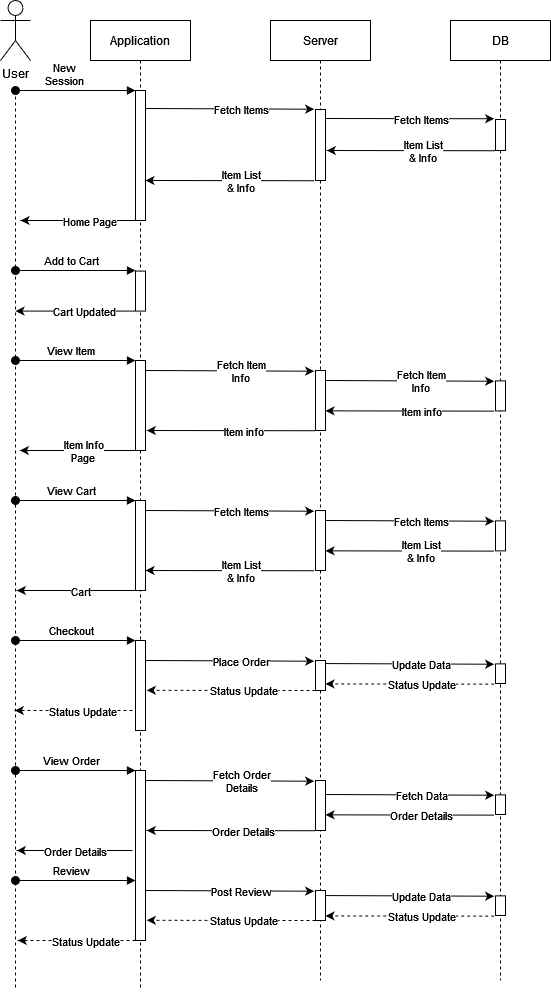
The draw.io diagram assets/sequence user.png in ashawe/Restaurant-Ordering-System, before a commit. Source tidied: cells renumbered, new cells last; positions are measured from the earlier drawing's top-left corner, leaving out a move shared by most shapes.
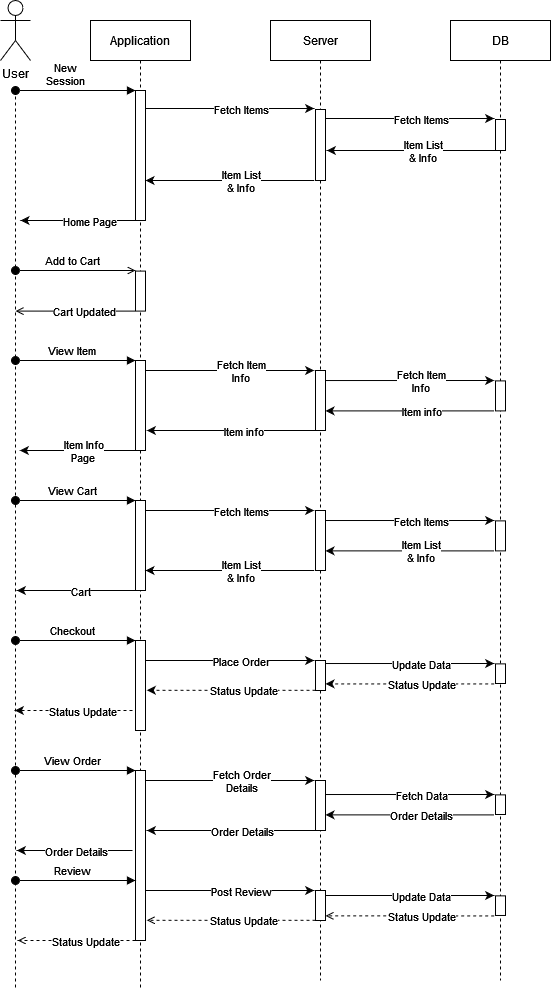
After the change.

What changed in the source:
```diff
@@ -8,7 +8,7 @@
     <mxCell id="3" style="points=[];perimeter=orthogonalPerimeter;rounded=0;shadow=0;strokeWidth=1;" parent="2" vertex="1">
       <mxGeometry x="45" y="70" width="10" height="130" as="geometry" />
     </mxCell>
-    <mxCell id="4" value="Add to Cart" style="verticalAlign=bottom;startArrow=oval;endArrow=block;startSize=8;shadow=0;strokeWidth=1;exitX=0;exitY=0.5;exitDx=0;exitDy=0;exitPerimeter=0;" parent="2" edge="1">
+    <mxCell id="4" value="Add to Cart" style="verticalAlign=bottom;startArrow=oval;endArrow=open;startSize=8;shadow=0;strokeWidth=1;exitX=0;exitY=0.5;exitDx=0;exitDy=0;exitPerimeter=0;endFill=0;" parent="2" edge="1">
       <mxGeometry x="-0.05" relative="1" as="geometry">
         <mxPoint x="-75" y="250" as="sourcePoint" />
         <mxPoint x="45" y="250" as="targetPoint" />
@@ -17,7 +17,7 @@
     <mxCell id="5" style="perimeter=orthogonalPerimeter;rounded=0;shadow=0;strokeWidth=1;" parent="2" vertex="1">
       <mxGeometry x="45" y="250.6" width="10" height="40" as="geometry" />
     </mxCell>
-    <mxCell id="6" style="edgeStyle=orthogonalEdgeStyle;rounded=0;orthogonalLoop=1;jettySize=auto;html=1;startArrow=none;startFill=0;endArrow=classic;endFill=1;" parent="2" edge="1">
+    <mxCell id="6" style="edgeStyle=orthogonalEdgeStyle;rounded=0;orthogonalLoop=1;jettySize=auto;html=1;startArrow=none;startFill=0;endArrow=open;endFill=0;" parent="2" edge="1">
       <mxGeometry relative="1" as="geometry">
         <mxPoint x="45" y="290.6" as="sourcePoint" />
         <mxPoint x="-75" y="290.6" as="targetPoint" />
@@ -111,7 +111,7 @@
         <mxPoint x="45" y="860" as="targetPoint" />
       </mxGeometry>
     </mxCell>
-    <mxCell id="23" style="edgeStyle=orthogonalEdgeStyle;rounded=0;orthogonalLoop=1;jettySize=auto;html=1;startArrow=none;startFill=0;endArrow=classic;endFill=1;dashed=1;" parent="2" edge="1">
+    <mxCell id="23" style="edgeStyle=orthogonalEdgeStyle;rounded=0;orthogonalLoop=1;jettySize=auto;html=1;startArrow=none;startFill=0;endArrow=open;endFill=0;dashed=1;" parent="2" edge="1">
       <mxGeometry relative="1" as="geometry">
         <mxPoint x="45" y="920" as="sourcePoint" />
         <mxPoint x="-72.7" y="920" as="targetPoint" />
@@ -204,7 +204,7 @@
     <mxCell id="41" value="Post Review" style="edgeLabel;html=1;align=center;verticalAlign=middle;" parent="40" vertex="1">
       <mxGeometry x="-0.13" relative="1" as="geometry" />
     </mxCell>
-    <mxCell id="42" style="edgeStyle=orthogonalEdgeStyle;rounded=0;orthogonalLoop=1;jettySize=auto;html=1;exitX=-0.133;exitY=-0.004;exitDx=0;exitDy=0;exitPerimeter=0;startArrow=none;startFill=0;endArrow=classic;endFill=1;dashed=1;" parent="25" edge="1">
+    <mxCell id="42" style="edgeStyle=orthogonalEdgeStyle;rounded=0;orthogonalLoop=1;jettySize=auto;html=1;exitX=-0.133;exitY=-0.004;exitDx=0;exitDy=0;exitPerimeter=0;startArrow=none;startFill=0;endArrow=open;endFill=0;dashed=1;" parent="25" edge="1">
       <mxGeometry relative="1" as="geometry">
         <mxPoint x="45" y="900" as="sourcePoint" />
         <mxPoint x="-123.7" y="899.8" as="targetPoint" />
@@ -321,7 +321,7 @@
     <mxCell id="64" value="Update Data" style="edgeLabel;html=1;align=center;verticalAlign=middle;" parent="63" vertex="1">
       <mxGeometry x="-0.13" relative="1" as="geometry" />
     </mxCell>
-    <mxCell id="65" style="edgeStyle=orthogonalEdgeStyle;rounded=0;orthogonalLoop=1;jettySize=auto;html=1;exitX=-0.133;exitY=-0.004;exitDx=0;exitDy=0;exitPerimeter=0;startArrow=none;startFill=0;endArrow=classic;endFill=1;dashed=1;" parent="44" edge="1">
+    <mxCell id="65" style="edgeStyle=orthogonalEdgeStyle;rounded=0;orthogonalLoop=1;jettySize=auto;html=1;exitX=-0.133;exitY=-0.004;exitDx=0;exitDy=0;exitPerimeter=0;startArrow=none;startFill=0;endArrow=open;endFill=0;dashed=1;" parent="44" edge="1">
       <mxGeometry relative="1" as="geometry">
         <mxPoint x="43.7" y="895.6" as="sourcePoint" />
         <mxPoint x="-125" y="895.4" as="targetPoint" />
```
